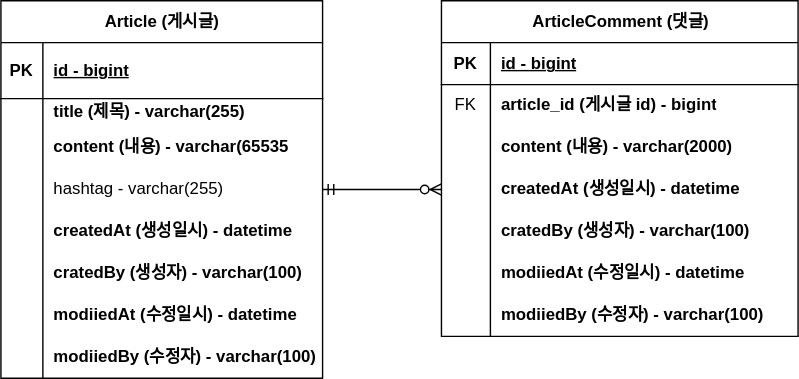
qwer7824/fastcampus-project-board keeps this draw.io diagram as document/project-board-erd.svg. Above is the earlier version. Source tidied: cells renumbered, new cells last; positions are measured from the earlier drawing's top-left corner, leaving out a move shared by most shapes.
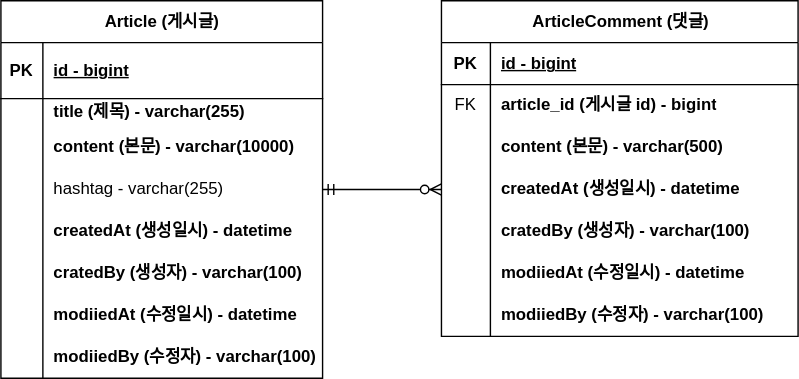
Later version of the same file.

Commit message:
#10 - erd 업데이트: content 사이즈 변경

What changed in the source:
```diff
@@ -29,7 +29,7 @@
     <mxCell id="10" style="shape=partialRectangle;fillColor=none;top=0;left=0;bottom=0;right=0;overflow=hidden;whiteSpace=wrap;html=1;" parent="9" vertex="1">
       <mxGeometry width="30" height="30" as="geometry" />
     </mxCell>
-    <mxCell id="11" value="content (내용) - varchar(65535" style="shape=partialRectangle;fillColor=none;top=0;left=0;bottom=0;right=0;align=left;spacingLeft=6;overflow=hidden;whiteSpace=wrap;html=1;fontStyle=1;" parent="9" vertex="1">
+    <mxCell id="11" value="content (본문) - varchar(10000)" style="shape=partialRectangle;fillColor=none;top=0;left=0;bottom=0;right=0;align=left;spacingLeft=6;overflow=hidden;whiteSpace=wrap;html=1;fontStyle=1;" parent="9" vertex="1">
       <mxGeometry x="30" width="200" height="30" as="geometry" />
     </mxCell>
     <mxCell id="12" style="shape=tableRow;horizontal=0;startSize=0;swimlaneHead=0;swimlaneBody=0;fillColor=none;points=[[0,0.5],[1,0.5]];portConstraint=eastwest;top=0;left=0;right=0;bottom=0;" parent="2" vertex="1">
@@ -104,7 +104,7 @@
     <mxCell id="35" style="shape=partialRectangle;fillColor=none;top=0;left=0;bottom=0;right=0;overflow=hidden;whiteSpace=wrap;html=1;" parent="34" vertex="1">
       <mxGeometry width="35" height="30" as="geometry" />
     </mxCell>
-    <mxCell id="36" value="content (내용) - varchar(2000)" style="shape=partialRectangle;fillColor=none;top=0;left=0;bottom=0;right=0;align=left;spacingLeft=6;overflow=hidden;whiteSpace=wrap;html=1;fontStyle=1;" parent="34" vertex="1">
+    <mxCell id="36" value="content (본문) - varchar(500)" style="shape=partialRectangle;fillColor=none;top=0;left=0;bottom=0;right=0;align=left;spacingLeft=6;overflow=hidden;whiteSpace=wrap;html=1;fontStyle=1;" parent="34" vertex="1">
       <mxGeometry x="35" width="220" height="30" as="geometry" />
     </mxCell>
     <mxCell id="37" style="shape=tableRow;horizontal=0;startSize=0;swimlaneHead=0;swimlaneBody=0;fillColor=none;points=[[0,0.5],[1,0.5]];portConstraint=eastwest;top=0;left=0;right=0;bottom=0;" parent="27" vertex="1">
```
